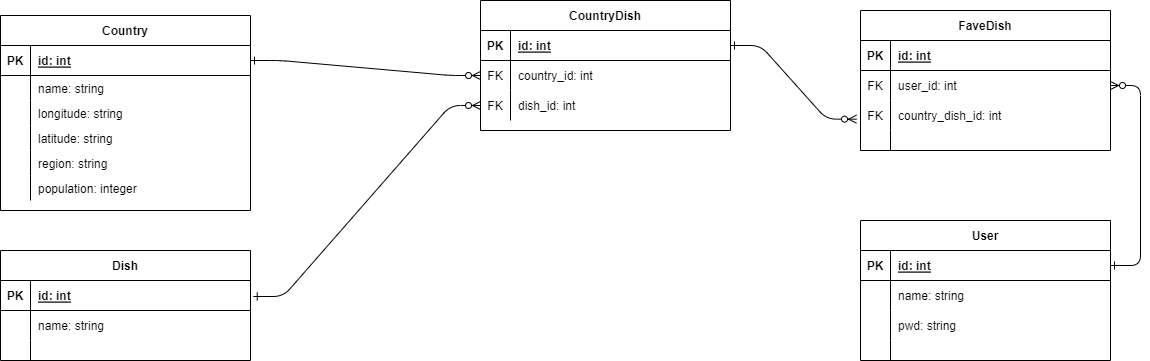
Above: app/assets/images/Intro-rails-erd.png in nigelabrera0026/Rails-Introduction (draw.io), before the change. Source tidied: cells renumbered, new cells last; positions are measured from the earlier drawing's top-left corner, leaving out a move shared by most shapes. Source of this version:
```xml
<mxGraphModel>
  <root>
    <mxCell id="0" />
    <mxCell id="1" parent="0" />
    <mxCell id="2" style="edgeStyle=entityRelationEdgeStyle;endArrow=ERzeroToMany;startArrow=ERone;endFill=1;startFill=0;" parent="1" edge="1" source="24" target="7">
      <mxGeometry relative="1" as="geometry" />
    </mxCell>
    <mxCell id="3" value="CountryDish" style="shape=table;startSize=30;rowLines=0;fontStyle=1;align=center;" parent="1" vertex="1">
      <mxGeometry x="480" width="250" height="130" as="geometry" />
    </mxCell>
    <mxCell id="4" style="shape=partialRectangle;fillColor=none;points=[[0,0.5],[1,0.5]];portConstraint=eastwest;top=0;left=0;right=0;bottom=1;" parent="3" vertex="1">
      <mxGeometry y="30" width="250" height="30" as="geometry" />
    </mxCell>
    <mxCell id="5" value="PK" style="shape=partialRectangle;overflow=hidden;fillColor=none;top=0;left=0;bottom=0;right=0;fontStyle=1;" parent="4" vertex="1">
      <mxGeometry width="30" height="30" as="geometry" />
    </mxCell>
    <mxCell id="6" value="id: int" style="shape=partialRectangle;overflow=hidden;fillColor=none;top=0;left=0;bottom=0;right=0;align=left;spacingLeft=6;fontStyle=5;" parent="4" vertex="1">
      <mxGeometry x="30" width="220" height="30" as="geometry" />
    </mxCell>
    <mxCell id="7" style="shape=partialRectangle;fillColor=none;points=[[0,0.5],[1,0.5]];portConstraint=eastwest;top=0;left=0;right=0;bottom=0;" parent="3" vertex="1">
      <mxGeometry y="60" width="250" height="30" as="geometry" />
    </mxCell>
    <mxCell id="8" value="FK" style="shape=partialRectangle;overflow=hidden;fillColor=none;top=0;left=0;bottom=0;right=0;" parent="7" vertex="1">
      <mxGeometry width="30" height="30" as="geometry" />
    </mxCell>
    <mxCell id="9" value="country_id: int" style="shape=partialRectangle;overflow=hidden;fillColor=none;top=0;left=0;bottom=0;right=0;align=left;spacingLeft=6;" parent="7" vertex="1">
      <mxGeometry x="30" width="220" height="30" as="geometry" />
    </mxCell>
    <mxCell id="10" style="shape=partialRectangle;fillColor=none;points=[[0,0.5],[1,0.5]];portConstraint=eastwest;top=0;left=0;right=0;bottom=0;" parent="3" vertex="1">
      <mxGeometry y="90" width="250" height="30" as="geometry" />
    </mxCell>
    <mxCell id="11" value="FK" style="shape=partialRectangle;overflow=hidden;fillColor=none;top=0;left=0;bottom=0;right=0;" parent="10" vertex="1">
      <mxGeometry width="30" height="30" as="geometry" />
    </mxCell>
    <mxCell id="12" value="dish_id: int" style="shape=partialRectangle;overflow=hidden;fillColor=none;top=0;left=0;bottom=0;right=0;align=left;spacingLeft=6;" parent="10" vertex="1">
      <mxGeometry x="30" width="220" height="30" as="geometry" />
    </mxCell>
    <mxCell id="13" value="Dish" style="shape=table;startSize=30;rowLines=0;fontStyle=1;align=center;" parent="1" vertex="1">
      <mxGeometry y="250" width="250" height="110" as="geometry" />
    </mxCell>
    <mxCell id="14" style="shape=partialRectangle;fillColor=none;points=[[0,0.5],[1,0.5]];portConstraint=eastwest;top=0;left=0;right=0;bottom=1;" parent="13" vertex="1">
      <mxGeometry y="30" width="250" height="30" as="geometry" />
    </mxCell>
    <mxCell id="15" value="PK" style="shape=partialRectangle;overflow=hidden;fillColor=none;top=0;left=0;bottom=0;right=0;fontStyle=1;" parent="14" vertex="1">
      <mxGeometry width="30" height="30" as="geometry" />
    </mxCell>
    <mxCell id="16" value="id: int" style="shape=partialRectangle;overflow=hidden;fillColor=none;top=0;left=0;bottom=0;right=0;align=left;spacingLeft=6;fontStyle=5;" parent="14" vertex="1">
      <mxGeometry x="30" width="220" height="30" as="geometry" />
    </mxCell>
    <mxCell id="17" style="shape=partialRectangle;fillColor=none;top=0;left=0;right=0;bottom=0;" parent="13" vertex="1">
      <mxGeometry y="60" width="250" height="30" as="geometry" />
    </mxCell>
    <mxCell id="18" style="shape=partialRectangle;overflow=hidden;fillColor=none;top=0;left=0;bottom=0;right=0;" parent="17" vertex="1">
      <mxGeometry width="30" height="30" as="geometry" />
    </mxCell>
    <mxCell id="19" value="name: string" style="shape=partialRectangle;overflow=hidden;fillColor=none;top=0;left=0;bottom=0;right=0;align=left;spacingLeft=6;" parent="17" vertex="1">
      <mxGeometry x="30" width="220" height="30" as="geometry" />
    </mxCell>
    <mxCell id="20" style="shape=partialRectangle;fillColor=none;top=0;left=0;right=0;bottom=0;" parent="13" vertex="1">
      <mxGeometry y="90" width="250" height="20" as="geometry" />
    </mxCell>
    <mxCell id="21" style="shape=partialRectangle;overflow=hidden;fillColor=none;top=0;left=0;bottom=0;right=0;" parent="20" vertex="1">
      <mxGeometry width="30" height="20" as="geometry" />
    </mxCell>
    <mxCell id="22" style="shape=partialRectangle;overflow=hidden;fillColor=none;top=0;left=0;bottom=0;right=0;align=left;spacingLeft=6;" parent="20" vertex="1">
      <mxGeometry x="30" width="220" height="20" as="geometry" />
    </mxCell>
    <mxCell id="23" value="Country" style="shape=table;startSize=30;rowLines=0;fontStyle=1;align=center;" parent="1" vertex="1">
      <mxGeometry y="15" width="250" height="195" as="geometry" />
    </mxCell>
    <mxCell id="24" style="shape=partialRectangle;fillColor=none;points=[[0,0.5],[1,0.5]];portConstraint=eastwest;top=0;left=0;right=0;bottom=1;" parent="23" vertex="1">
      <mxGeometry y="30" width="250" height="30" as="geometry" />
    </mxCell>
    <mxCell id="25" value="PK" style="shape=partialRectangle;overflow=hidden;fillColor=none;top=0;left=0;bottom=0;right=0;fontStyle=1;" parent="24" vertex="1">
      <mxGeometry width="30" height="30" as="geometry" />
    </mxCell>
    <mxCell id="26" value="id: int" style="shape=partialRectangle;overflow=hidden;fillColor=none;top=0;left=0;bottom=0;right=0;align=left;spacingLeft=6;fontStyle=5;" parent="24" vertex="1">
      <mxGeometry x="30" width="220" height="30" as="geometry" />
    </mxCell>
    <mxCell id="27" style="shape=partialRectangle;fillColor=none;top=0;left=0;right=0;bottom=0;" parent="23" vertex="1">
      <mxGeometry y="60" width="250" height="25" as="geometry" />
    </mxCell>
    <mxCell id="28" style="shape=partialRectangle;overflow=hidden;fillColor=none;top=0;left=0;bottom=0;right=0;" parent="27" vertex="1">
      <mxGeometry width="30" height="25" as="geometry" />
    </mxCell>
    <mxCell id="29" value="name: string" style="shape=partialRectangle;overflow=hidden;fillColor=none;top=0;left=0;bottom=0;right=0;align=left;spacingLeft=6;" parent="27" vertex="1">
      <mxGeometry x="30" width="220" height="25" as="geometry" />
    </mxCell>
    <mxCell id="30" style="shape=partialRectangle;fillColor=none;top=0;left=0;right=0;bottom=0;" parent="23" vertex="1">
      <mxGeometry y="85" width="250" height="25" as="geometry" />
    </mxCell>
    <mxCell id="31" style="shape=partialRectangle;overflow=hidden;fillColor=none;top=0;left=0;bottom=0;right=0;" parent="30" vertex="1">
      <mxGeometry width="30" height="25" as="geometry" />
    </mxCell>
    <mxCell id="32" value="longitude: string" style="shape=partialRectangle;overflow=hidden;fillColor=none;top=0;left=0;bottom=0;right=0;align=left;spacingLeft=6;" parent="30" vertex="1">
      <mxGeometry x="30" width="220" height="25" as="geometry" />
    </mxCell>
    <mxCell id="33" style="shape=partialRectangle;fillColor=none;top=0;left=0;right=0;bottom=0;" parent="23" vertex="1">
      <mxGeometry y="110" width="250" height="25" as="geometry" />
    </mxCell>
    <mxCell id="34" style="shape=partialRectangle;overflow=hidden;fillColor=none;top=0;left=0;bottom=0;right=0;" parent="33" vertex="1">
      <mxGeometry width="30" height="25" as="geometry" />
    </mxCell>
    <mxCell id="35" value="latitude: string" style="shape=partialRectangle;overflow=hidden;fillColor=none;top=0;left=0;bottom=0;right=0;align=left;spacingLeft=6;" parent="33" vertex="1">
      <mxGeometry x="30" width="220" height="25" as="geometry" />
    </mxCell>
    <mxCell id="36" style="shape=partialRectangle;fillColor=none;top=0;left=0;right=0;bottom=0;" parent="23" vertex="1">
      <mxGeometry y="135" width="250" height="25" as="geometry" />
    </mxCell>
    <mxCell id="37" style="shape=partialRectangle;overflow=hidden;fillColor=none;top=0;left=0;bottom=0;right=0;" parent="36" vertex="1">
      <mxGeometry width="30" height="25" as="geometry" />
    </mxCell>
    <mxCell id="38" value="region: string" style="shape=partialRectangle;overflow=hidden;fillColor=none;top=0;left=0;bottom=0;right=0;align=left;spacingLeft=6;" parent="36" vertex="1">
      <mxGeometry x="30" width="220" height="25" as="geometry" />
    </mxCell>
    <mxCell id="39" style="shape=partialRectangle;fillColor=none;top=0;left=0;right=0;bottom=0;" parent="23" vertex="1">
      <mxGeometry y="160" width="250" height="25" as="geometry" />
    </mxCell>
    <mxCell id="40" style="shape=partialRectangle;overflow=hidden;fillColor=none;top=0;left=0;bottom=0;right=0;" parent="39" vertex="1">
      <mxGeometry width="30" height="25" as="geometry" />
    </mxCell>
    <mxCell id="41" value="population: integer" style="shape=partialRectangle;overflow=hidden;fillColor=none;top=0;left=0;bottom=0;right=0;align=left;spacingLeft=6;" parent="39" vertex="1">
      <mxGeometry x="30" width="220" height="25" as="geometry" />
    </mxCell>
    <mxCell id="42" style="edgeStyle=entityRelationEdgeStyle;endArrow=ERzeroToMany;startArrow=ERone;endFill=1;startFill=0;exitX=1.011;exitY=0.533;exitDx=0;exitDy=0;entryX=0;entryY=0.5;entryDx=0;entryDy=0;exitPerimeter=0;" parent="1" edge="1" source="14" target="10">
      <mxGeometry relative="1" as="geometry">
        <Array as="points">
          <mxPoint x="440" y="150" />
          <mxPoint x="430" y="240" />
        </Array>
      </mxGeometry>
    </mxCell>
    <mxCell id="43" value="FaveDish" style="shape=table;startSize=30;rowLines=0;fontStyle=1;align=center;" parent="1" vertex="1">
      <mxGeometry x="860" y="10" width="250" height="140" as="geometry" />
    </mxCell>
    <mxCell id="44" style="shape=partialRectangle;fillColor=none;top=0;left=0;right=0;bottom=1;" parent="43" vertex="1">
      <mxGeometry y="30" width="250" height="30" as="geometry" />
    </mxCell>
    <mxCell id="45" value="PK" style="shape=partialRectangle;overflow=hidden;fillColor=none;top=0;left=0;bottom=0;right=0;fontStyle=1;" parent="44" vertex="1">
      <mxGeometry width="30" height="30" as="geometry" />
    </mxCell>
    <mxCell id="46" value="id: int" style="shape=partialRectangle;overflow=hidden;fillColor=none;top=0;left=0;bottom=0;right=0;align=left;spacingLeft=6;fontStyle=5;" parent="44" vertex="1">
      <mxGeometry x="30" width="220" height="30" as="geometry" />
    </mxCell>
    <mxCell id="47" style="shape=partialRectangle;fillColor=none;points=[[0,0.5],[1,0.5]];portConstraint=eastwest;top=0;left=0;right=0;bottom=0;" parent="43" vertex="1">
      <mxGeometry y="60" width="250" height="30" as="geometry" />
    </mxCell>
    <mxCell id="48" value="FK" style="shape=partialRectangle;overflow=hidden;fillColor=none;top=0;left=0;bottom=0;right=0;" parent="47" vertex="1">
      <mxGeometry width="30" height="30" as="geometry" />
    </mxCell>
    <mxCell id="49" value="user_id: int" style="shape=partialRectangle;overflow=hidden;fillColor=none;top=0;left=0;bottom=0;right=0;align=left;spacingLeft=6;" parent="47" vertex="1">
      <mxGeometry x="30" width="220" height="30" as="geometry" />
    </mxCell>
    <mxCell id="50" style="shape=partialRectangle;fillColor=none;points=[[0,0.5],[1,0.5]];portConstraint=eastwest;top=0;left=0;right=0;bottom=0;" parent="43" vertex="1">
      <mxGeometry y="90" width="250" height="30" as="geometry" />
    </mxCell>
    <mxCell id="51" value="FK" style="shape=partialRectangle;overflow=hidden;fillColor=none;top=0;left=0;bottom=0;right=0;" parent="50" vertex="1">
      <mxGeometry width="30" height="30" as="geometry" />
    </mxCell>
    <mxCell id="52" value="country_dish_id: int" style="shape=partialRectangle;overflow=hidden;fillColor=none;top=0;left=0;bottom=0;right=0;align=left;spacingLeft=6;" parent="50" vertex="1">
      <mxGeometry x="30" width="220" height="30" as="geometry" />
    </mxCell>
    <mxCell id="53" style="shape=partialRectangle;fillColor=none;top=0;left=0;right=0;bottom=0;" parent="43" vertex="1">
      <mxGeometry y="120" width="250" height="20" as="geometry" />
    </mxCell>
    <mxCell id="54" style="shape=partialRectangle;overflow=hidden;fillColor=none;top=0;left=0;bottom=0;right=0;" parent="53" vertex="1">
      <mxGeometry width="30" height="20" as="geometry" />
    </mxCell>
    <mxCell id="55" style="shape=partialRectangle;overflow=hidden;fillColor=none;top=0;left=0;bottom=0;right=0;align=left;spacingLeft=6;" parent="53" vertex="1">
      <mxGeometry x="30" width="220" height="20" as="geometry" />
    </mxCell>
    <mxCell id="56" style="edgeStyle=entityRelationEdgeStyle;endArrow=ERzeroToMany;startArrow=ERone;endFill=1;startFill=0;exitX=1;exitY=0.5;exitDx=0;exitDy=0;entryX=-0.016;entryY=0.622;entryDx=0;entryDy=0;entryPerimeter=0;" parent="1" edge="1" source="4" target="50">
      <mxGeometry relative="1" as="geometry">
        <Array as="points">
          <mxPoint x="450" y="160" />
          <mxPoint x="440" y="250" />
        </Array>
      </mxGeometry>
    </mxCell>
    <mxCell id="57" value="User" style="shape=table;startSize=30;rowLines=0;fontStyle=1;align=center;" parent="1" vertex="1">
      <mxGeometry x="860" y="220" width="250" height="140" as="geometry" />
    </mxCell>
    <mxCell id="58" style="shape=partialRectangle;fillColor=none;points=[[0,0.5],[1,0.5]];portConstraint=eastwest;top=0;left=0;right=0;bottom=1;" parent="57" vertex="1">
      <mxGeometry y="30" width="250" height="30" as="geometry" />
    </mxCell>
    <mxCell id="59" value="PK" style="shape=partialRectangle;overflow=hidden;fillColor=none;top=0;left=0;bottom=0;right=0;fontStyle=1;" parent="58" vertex="1">
      <mxGeometry width="30" height="30" as="geometry" />
    </mxCell>
    <mxCell id="60" value="id: int" style="shape=partialRectangle;overflow=hidden;fillColor=none;top=0;left=0;bottom=0;right=0;align=left;spacingLeft=6;fontStyle=5;" parent="58" vertex="1">
      <mxGeometry x="30" width="220" height="30" as="geometry" />
    </mxCell>
    <mxCell id="61" style="shape=partialRectangle;fillColor=none;top=0;left=0;right=0;bottom=0;" parent="57" vertex="1">
      <mxGeometry y="60" width="250" height="30" as="geometry" />
    </mxCell>
    <mxCell id="62" style="shape=partialRectangle;overflow=hidden;fillColor=none;top=0;left=0;bottom=0;right=0;" parent="61" vertex="1">
      <mxGeometry width="30" height="30" as="geometry" />
    </mxCell>
    <mxCell id="63" value="name: string" style="shape=partialRectangle;overflow=hidden;fillColor=none;top=0;left=0;bottom=0;right=0;align=left;spacingLeft=6;" parent="61" vertex="1">
      <mxGeometry x="30" width="220" height="30" as="geometry" />
    </mxCell>
    <mxCell id="64" style="shape=partialRectangle;fillColor=none;top=0;left=0;right=0;bottom=0;" parent="57" vertex="1">
      <mxGeometry y="90" width="250" height="30" as="geometry" />
    </mxCell>
    <mxCell id="65" style="shape=partialRectangle;overflow=hidden;fillColor=none;top=0;left=0;bottom=0;right=0;" parent="64" vertex="1">
      <mxGeometry width="30" height="30" as="geometry" />
    </mxCell>
    <mxCell id="66" value="pwd: string" style="shape=partialRectangle;overflow=hidden;fillColor=none;top=0;left=0;bottom=0;right=0;align=left;spacingLeft=6;" parent="64" vertex="1">
      <mxGeometry x="30" width="220" height="30" as="geometry" />
    </mxCell>
    <mxCell id="67" style="shape=partialRectangle;fillColor=none;top=0;left=0;right=0;bottom=0;" parent="57" vertex="1">
      <mxGeometry y="120" width="250" height="20" as="geometry" />
    </mxCell>
    <mxCell id="68" style="shape=partialRectangle;overflow=hidden;fillColor=none;top=0;left=0;bottom=0;right=0;" parent="67" vertex="1">
      <mxGeometry width="30" height="20" as="geometry" />
    </mxCell>
    <mxCell id="69" style="shape=partialRectangle;overflow=hidden;fillColor=none;top=0;left=0;bottom=0;right=0;align=left;spacingLeft=6;" parent="67" vertex="1">
      <mxGeometry x="30" width="220" height="20" as="geometry" />
    </mxCell>
    <mxCell id="70" style="edgeStyle=entityRelationEdgeStyle;endArrow=ERzeroToMany;startArrow=ERone;endFill=1;startFill=0;exitX=1;exitY=0.5;exitDx=0;exitDy=0;entryX=1;entryY=0.5;entryDx=0;entryDy=0;" parent="1" edge="1" source="58" target="47">
      <mxGeometry relative="1" as="geometry">
        <Array as="points">
          <mxPoint x="460" y="170" />
          <mxPoint x="450" y="260" />
        </Array>
      </mxGeometry>
    </mxCell>
  </root>
</mxGraphModel>
```
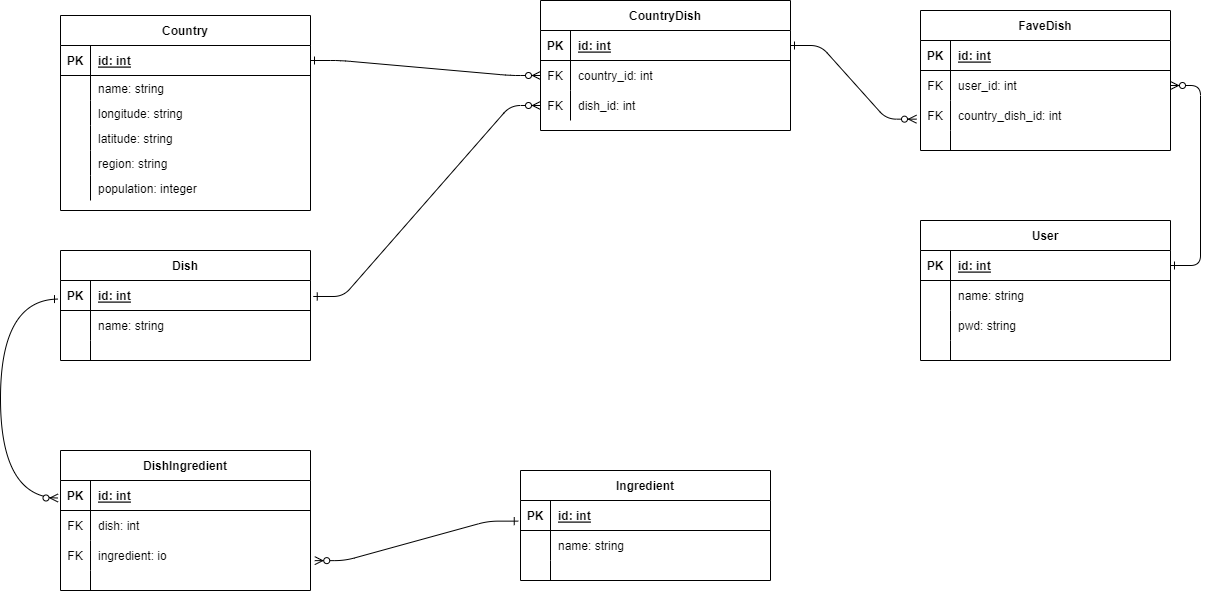
After the commit.

Commit message:
Configured dishingredient and ingredient models

The edit, as a diff of the source:
```diff
@@ -224,5 +224,90 @@
         </Array>
       </mxGeometry>
     </mxCell>
+    <mxCell id="71" value="Ingredient" style="shape=table;startSize=30;rowLines=0;fontStyle=1;align=center;" parent="1" vertex="1">
+      <mxGeometry x="460" y="470" width="250" height="110" as="geometry" />
+    </mxCell>
+    <mxCell id="72" style="shape=partialRectangle;fillColor=none;points=[[0,0.5],[1,0.5]];portConstraint=eastwest;top=0;left=0;right=0;bottom=1;" parent="71" vertex="1">
+      <mxGeometry y="30" width="250" height="30" as="geometry" />
+    </mxCell>
+    <mxCell id="73" value="PK" style="shape=partialRectangle;overflow=hidden;fillColor=none;top=0;left=0;bottom=0;right=0;fontStyle=1;" parent="72" vertex="1">
+      <mxGeometry width="30" height="30" as="geometry" />
+    </mxCell>
+    <mxCell id="74" value="id: int" style="shape=partialRectangle;overflow=hidden;fillColor=none;top=0;left=0;bottom=0;right=0;align=left;spacingLeft=6;fontStyle=5;" parent="72" vertex="1">
+      <mxGeometry x="30" width="220" height="30" as="geometry" />
+    </mxCell>
+    <mxCell id="75" style="shape=partialRectangle;fillColor=none;top=0;left=0;right=0;bottom=0;" parent="71" vertex="1">
+      <mxGeometry y="60" width="250" height="30" as="geometry" />
+    </mxCell>
+    <mxCell id="76" style="shape=partialRectangle;overflow=hidden;fillColor=none;top=0;left=0;bottom=0;right=0;" parent="75" vertex="1">
+      <mxGeometry width="30" height="30" as="geometry" />
+    </mxCell>
+    <mxCell id="77" value="name: string" style="shape=partialRectangle;overflow=hidden;fillColor=none;top=0;left=0;bottom=0;right=0;align=left;spacingLeft=6;" parent="75" vertex="1">
+      <mxGeometry x="30" width="220" height="30" as="geometry" />
+    </mxCell>
+    <mxCell id="78" style="shape=partialRectangle;fillColor=none;top=0;left=0;right=0;bottom=0;" parent="71" vertex="1">
+      <mxGeometry y="90" width="250" height="20" as="geometry" />
+    </mxCell>
+    <mxCell id="79" style="shape=partialRectangle;overflow=hidden;fillColor=none;top=0;left=0;bottom=0;right=0;" parent="78" vertex="1">
+      <mxGeometry width="30" height="20" as="geometry" />
+    </mxCell>
+    <mxCell id="80" style="shape=partialRectangle;overflow=hidden;fillColor=none;top=0;left=0;bottom=0;right=0;align=left;spacingLeft=6;" parent="78" vertex="1">
+      <mxGeometry x="30" width="220" height="20" as="geometry" />
+    </mxCell>
+    <mxCell id="81" value="DishIngredient" style="shape=table;startSize=30;rowLines=0;fontStyle=1;align=center;" parent="1" vertex="1">
+      <mxGeometry y="450" width="250" height="140" as="geometry" />
+    </mxCell>
+    <mxCell id="82" style="shape=partialRectangle;fillColor=none;points=[[0,0.5],[1,0.5]];portConstraint=eastwest;top=0;left=0;right=0;bottom=1;" parent="81" vertex="1">
+      <mxGeometry y="30" width="250" height="30" as="geometry" />
+    </mxCell>
+    <mxCell id="83" value="PK" style="shape=partialRectangle;overflow=hidden;fillColor=none;top=0;left=0;bottom=0;right=0;fontStyle=1;" parent="82" vertex="1">
+      <mxGeometry width="30" height="30" as="geometry" />
+    </mxCell>
+    <mxCell id="84" value="id: int" style="shape=partialRectangle;overflow=hidden;fillColor=none;top=0;left=0;bottom=0;right=0;align=left;spacingLeft=6;fontStyle=5;" parent="82" vertex="1">
+      <mxGeometry x="30" width="220" height="30" as="geometry" />
+    </mxCell>
+    <mxCell id="85" style="shape=partialRectangle;fillColor=none;top=0;left=0;right=0;bottom=0;" parent="81" vertex="1">
+      <mxGeometry y="60" width="250" height="30" as="geometry" />
+    </mxCell>
+    <mxCell id="86" value="FK" style="shape=partialRectangle;overflow=hidden;fillColor=none;top=0;left=0;bottom=0;right=0;" parent="85" vertex="1">
+      <mxGeometry width="30" height="30" as="geometry" />
+    </mxCell>
+    <mxCell id="87" value="dish: int" style="shape=partialRectangle;overflow=hidden;fillColor=none;top=0;left=0;bottom=0;right=0;align=left;spacingLeft=6;" parent="85" vertex="1">
+      <mxGeometry x="30" width="220" height="30" as="geometry" />
+    </mxCell>
+    <mxCell id="88" style="shape=partialRectangle;fillColor=none;points=[[0,0.5],[1,0.5]];portConstraint=eastwest;top=0;left=0;right=0;bottom=0;" parent="81" vertex="1">
+      <mxGeometry y="90" width="250" height="30" as="geometry" />
+    </mxCell>
+    <mxCell id="89" value="FK" style="shape=partialRectangle;overflow=hidden;fillColor=none;top=0;left=0;bottom=0;right=0;" parent="88" vertex="1">
+      <mxGeometry width="30" height="30" as="geometry" />
+    </mxCell>
+    <mxCell id="90" value="ingredient: io" style="shape=partialRectangle;overflow=hidden;fillColor=none;top=0;left=0;bottom=0;right=0;align=left;spacingLeft=6;" parent="88" vertex="1">
+      <mxGeometry x="30" width="220" height="30" as="geometry" />
+    </mxCell>
+    <mxCell id="91" style="shape=partialRectangle;fillColor=none;top=0;left=0;right=0;bottom=0;" parent="81" vertex="1">
+      <mxGeometry y="120" width="250" height="20" as="geometry" />
+    </mxCell>
+    <mxCell id="92" style="shape=partialRectangle;overflow=hidden;fillColor=none;top=0;left=0;bottom=0;right=0;" parent="91" vertex="1">
+      <mxGeometry width="30" height="20" as="geometry" />
+    </mxCell>
+    <mxCell id="93" style="shape=partialRectangle;overflow=hidden;fillColor=none;top=0;left=0;bottom=0;right=0;align=left;spacingLeft=6;" parent="91" vertex="1">
+      <mxGeometry x="30" width="220" height="20" as="geometry" />
+    </mxCell>
+    <mxCell id="94" style="edgeStyle=entityRelationEdgeStyle;endArrow=ERzeroToMany;startArrow=ERone;endFill=1;startFill=0;exitX=-0.009;exitY=0.688;exitDx=0;exitDy=0;entryX=1.017;entryY=0.671;entryDx=0;entryDy=0;exitPerimeter=0;entryPerimeter=0;" parent="1" edge="1" source="72" target="88">
+      <mxGeometry relative="1" as="geometry">
+        <Array as="points">
+          <mxPoint x="457" y="715" />
+          <mxPoint x="447" y="805" />
+        </Array>
+      </mxGeometry>
+    </mxCell>
+    <mxCell id="95" style="edgeStyle=orthogonalEdgeStyle;endArrow=ERzeroToMany;startArrow=ERone;endFill=1;startFill=0;entryX=-0.01;entryY=0.583;entryDx=0;entryDy=0;entryPerimeter=0;curved=1;exitX=-0.008;exitY=0.619;exitDx=0;exitDy=0;exitPerimeter=0;" parent="1" edge="1" source="14" target="82">
+      <mxGeometry relative="1" as="geometry">
+        <Array as="points">
+          <mxPoint x="-60" y="299" />
+          <mxPoint x="-60" y="498" />
+        </Array>
+      </mxGeometry>
+    </mxCell>
   </root>
 </mxGraphModel>
```
